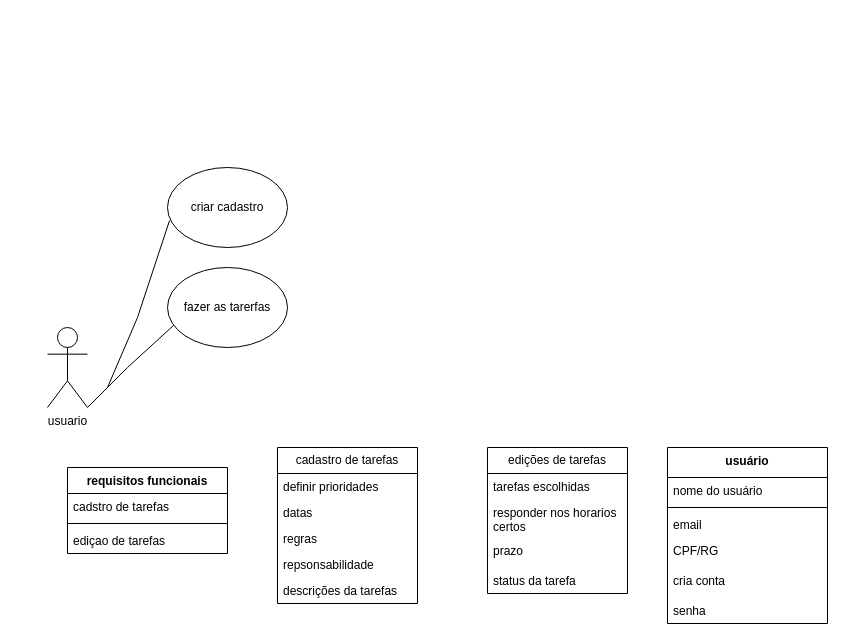
Before: page "Página-6" (6 of 7) of bla.drawio in liviabla/diagramasderequisitos, a draw.io diagram. Source tidied: cells renumbered, new cells numbered last; positions are measured from the earlier drawing's top-left corner, leaving out a move shared by most shapes. Both pictures are drawn from the tidied source at 100%, with x=0, y=0 at pixel (47, 167).
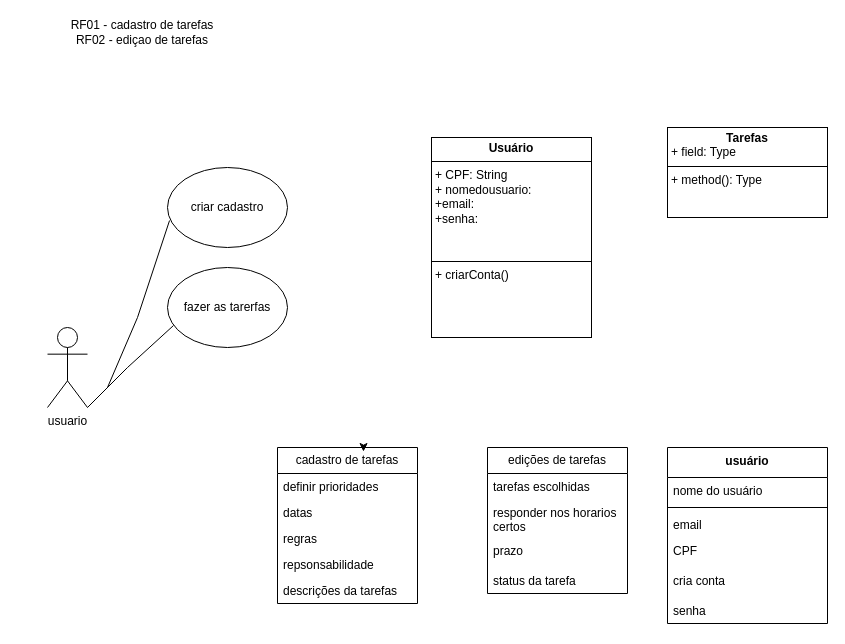
The same diagram, later.

Unchanged cells that the change refers to:
```xml
<mxCell id="7" value="cadastro de tarefas" style="swimlane;fontStyle=0;horizontal=1;startSize=26;fillColor=none;whiteSpace=wrap;html=1;" parent="1" vertex="1">
  <mxGeometry x="230" y="280" width="140" height="156" as="geometry" />
</mxCell>
<mxCell id="22" value="usuário" style="swimlane;fontStyle=1;align=center;verticalAlign=top;horizontal=1;startSize=30;whiteSpace=wrap;html=1;" parent="1" vertex="1">
  <mxGeometry x="620" y="280" width="160" height="176" as="geometry" />
</mxCell>
```

The edit, as a diff of the source:
```diff
@@
-    <mxCell id="13" value="requisitos funcionais" style="swimlane;fontStyle=1;align=center;verticalAlign=top;horizontal=1;startSize=26;whiteSpace=wrap;html=1;" parent="1" vertex="1">
-      <mxGeometry x="20" y="300" width="160" height="86" as="geometry" />
-    </mxCell>
-    <mxCell id="14" value="cadstro de tarefas" style="text;strokeColor=none;fillColor=none;align=left;verticalAlign=top;spacingLeft=4;spacingRight=4;overflow=hidden;whiteSpace=wrap;html=1;" parent="13" vertex="1">
-      <mxGeometry y="26" width="160" height="26" as="geometry" />
-    </mxCell>
-    <mxCell id="15" style="line;strokeWidth=1;fillColor=none;align=left;verticalAlign=middle;spacingTop=-1;spacingLeft=3;spacingRight=3;labelPosition=right;strokeColor=inherit;" parent="13" vertex="1">
-      <mxGeometry y="52" width="160" height="8" as="geometry" />
-    </mxCell>
-    <mxCell id="16" value="ediçao de tarefas" style="text;strokeColor=none;fillColor=none;align=left;verticalAlign=top;spacingLeft=4;spacingRight=4;overflow=hidden;whiteSpace=wrap;html=1;" parent="13" vertex="1">
-      <mxGeometry y="60" width="160" height="26" as="geometry" />
-    </mxCell>
@@
-    <mxCell id="26" value="CPF/RG" style="text;strokeColor=none;fillColor=none;align=left;verticalAlign=top;spacingLeft=4;spacingRight=4;overflow=hidden;whiteSpace=wrap;html=1;" parent="22" vertex="1">
+    <mxCell id="26" value="CPF" style="text;strokeColor=none;fillColor=none;align=left;verticalAlign=top;spacingLeft=4;spacingRight=4;overflow=hidden;whiteSpace=wrap;html=1;" parent="22" vertex="1">
       <mxGeometry y="90" width="160" height="30" as="geometry" />
     </mxCell>
@@
+    <mxCell id="29" value="RF01 -&amp;nbsp;&lt;span style=&quot;text-align: left;&quot;&gt;cadastro de tarefas&lt;/span&gt;&lt;div&gt;&lt;span style=&quot;text-align: left;&quot;&gt;RF02 -&amp;nbsp;&lt;/span&gt;&lt;span style=&quot;text-align: left; background-color: transparent; color: light-dark(rgb(0, 0, 0), rgb(255, 255, 255));&quot;&gt;ediçao de tarefas&lt;/span&gt;&lt;/div&gt;" style="text;html=1;align=center;verticalAlign=middle;whiteSpace=wrap;rounded=0;" parent="1" vertex="1">
+      <mxGeometry x="-30" y="-150" width="250" height="30" as="geometry" />
+    </mxCell>
+    <mxCell id="30" value="&lt;p style=&quot;margin:0px;margin-top:4px;text-align:center;&quot;&gt;&lt;b&gt;Usuário&lt;/b&gt;&lt;/p&gt;&lt;hr size=&quot;1&quot; style=&quot;border-style:solid;&quot;&gt;&lt;p style=&quot;margin:0px;margin-left:4px;&quot;&gt;&lt;span style=&quot;background-color: transparent; color: light-dark(rgb(0, 0, 0), rgb(255, 255, 255));&quot;&gt;+ CPF: String&lt;/span&gt;&lt;/p&gt;&lt;p style=&quot;margin:0px;margin-left:4px;&quot;&gt;+ nomedousuario:&lt;/p&gt;&lt;p style=&quot;margin:0px;margin-left:4px;&quot;&gt;+email:&lt;/p&gt;&lt;p style=&quot;margin:0px;margin-left:4px;&quot;&gt;+senha:&lt;/p&gt;&lt;p style=&quot;margin:0px;margin-left:4px;&quot;&gt;&lt;br&gt;&lt;/p&gt;&lt;p style=&quot;margin:0px;margin-left:4px;&quot;&gt;&lt;br&gt;&lt;/p&gt;&lt;hr size=&quot;1&quot; style=&quot;border-style:solid;&quot;&gt;&lt;p style=&quot;margin:0px;margin-left:4px;&quot;&gt;+ criarConta()&lt;/p&gt;&lt;p style=&quot;margin:0px;margin-left:4px;&quot;&gt;&lt;br&gt;&lt;/p&gt;&lt;p style=&quot;margin:0px;margin-left:4px;&quot;&gt;&lt;br&gt;&lt;/p&gt;&lt;p style=&quot;margin:0px;margin-left:4px;&quot;&gt;&lt;br&gt;&lt;/p&gt;" style="verticalAlign=top;align=left;overflow=fill;html=1;whiteSpace=wrap;" parent="1" vertex="1">
+      <mxGeometry x="384" y="-30" width="160" height="200" as="geometry" />
+    </mxCell>
+    <mxCell id="31" style="edgeStyle=orthogonalEdgeStyle;rounded=0;orthogonalLoop=1;jettySize=auto;html=1;exitX=0.5;exitY=0;exitDx=0;exitDy=0;entryX=0.614;entryY=0.026;entryDx=0;entryDy=0;entryPerimeter=0;" parent="1" edge="1" source="7" target="7">
+      <mxGeometry relative="1" as="geometry" />
+    </mxCell>
+    <mxCell id="32" value="&lt;p style=&quot;margin:0px;margin-top:4px;text-align:center;&quot;&gt;&lt;b&gt;Tarefas&lt;/b&gt;&lt;/p&gt;&lt;p style=&quot;margin:0px;margin-left:4px;&quot;&gt;+ field: Type&lt;/p&gt;&lt;hr size=&quot;1&quot; style=&quot;border-style:solid;&quot;&gt;&lt;p style=&quot;margin:0px;margin-left:4px;&quot;&gt;+ method(): Type&lt;/p&gt;" style="verticalAlign=top;align=left;overflow=fill;html=1;whiteSpace=wrap;" parent="1" vertex="1">
+      <mxGeometry x="620" y="-40" width="160" height="90" as="geometry" />
+    </mxCell>
```
